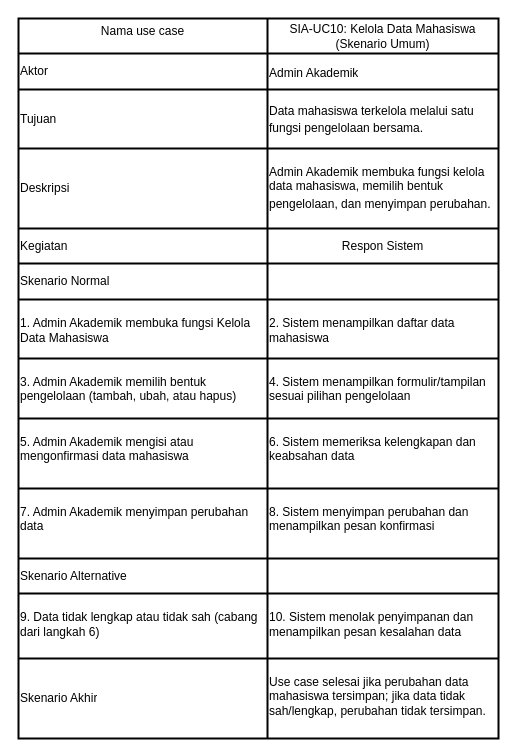
This is page "Page-4" (4 of 7) of 04_model_analisis/P05/SIA/P05_2406033_SIA_Skenario_v01.drawio from 2406033-Faisal/IFRWP5149_2406033_LabAlat, a draw.io file, before an edit. Source tidied: cells renumbered, new cells numbered last; positions are measured from the earlier drawing's top-left corner, leaving out a move shared by most shapes. Both pictures are drawn from the tidied source at 100%, with x=0, y=0 at pixel (18, 18).
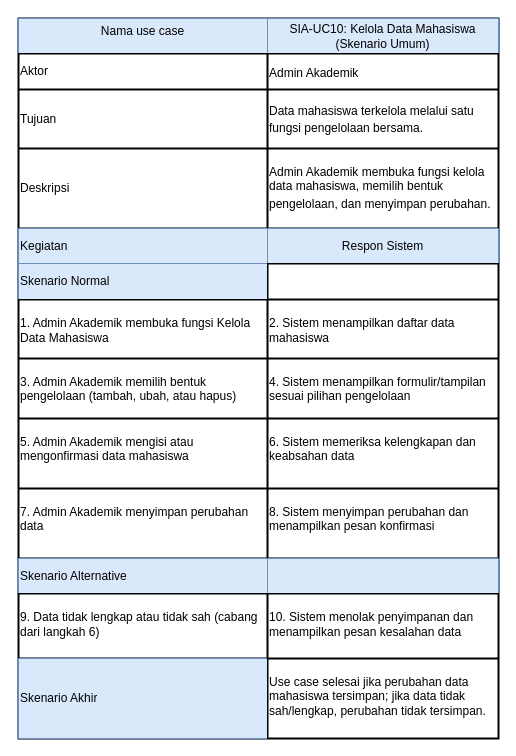
The same diagram, later.

Unchanged cells that the change refers to:
```xml
<mxCell id="3" style="shape=tableRow;horizontal=0;startSize=0;swimlaneHead=0;swimlaneBody=0;strokeColor=inherit;fillColor=none;fixedHeader=1;" parent="2" vertex="1">
  <mxGeometry width="480" height="35" as="geometry" />
</mxCell>
<mxCell id="15" style="shape=tableRow;horizontal=0;startSize=0;swimlaneHead=0;swimlaneBody=0;strokeColor=inherit;fillColor=none;fixedHeader=1;" parent="2" vertex="1">
  <mxGeometry y="210" width="480" height="35" as="geometry" />
</mxCell>
<mxCell id="18" style="shape=tableRow;horizontal=0;startSize=0;swimlaneHead=0;swimlaneBody=0;strokeColor=inherit;fillColor=none;fixedHeader=1;" parent="2" vertex="1">
  <mxGeometry y="245" width="480" height="36" as="geometry" />
</mxCell>
<mxCell id="33" style="shape=tableRow;horizontal=0;startSize=0;swimlaneHead=0;swimlaneBody=0;strokeColor=inherit;fillColor=none;fixedHeader=1;" parent="2" vertex="1">
  <mxGeometry y="540" width="480" height="35" as="geometry" />
</mxCell>
<mxCell id="39" style="shape=tableRow;horizontal=0;startSize=0;swimlaneHead=0;swimlaneBody=0;strokeColor=inherit;fillColor=none;fixedHeader=1;" parent="2" vertex="1">
  <mxGeometry y="640" width="480" height="80" as="geometry" />
</mxCell>
```

Change to the diagram source:
```diff
@@
-    <mxCell id="4" value="&lt;table class=&quot;NormalTable&quot;&gt;&lt;tbody&gt;&lt;tr&gt;&lt;td width=&quot;200&quot; style=&quot;border-left-style:none;border-bottom-style:none;border-right-style:none;border-top-style:none;&quot;&gt;&lt;span class=&quot;fontstyle0&quot;&gt;Nama use case&lt;/span&gt;&lt;/td&gt;&lt;/tr&gt;&lt;/tbody&gt;&lt;/table&gt; &lt;br/&gt;&lt;br style=&quot;font-style: normal; font-variant: normal; font-weight: normal; letter-spacing: normal; line-height: normal; orphans: 2; text-align: -webkit-auto; text-indent: 0px; text-transform: none; white-space: normal; widows: 2; word-spacing: 0px; -webkit-text-size-adjust: auto; -webkit-text-stroke-width: 0px;&quot;&gt;" style="shape=partialRectangle;html=1;whiteSpace=wrap;strokeColor=inherit;overflow=hidden;fillColor=none;" parent="3" vertex="1">
+    <mxCell id="4" value="&lt;table class=&quot;NormalTable&quot;&gt;&lt;tbody&gt;&lt;tr&gt;&lt;td width=&quot;200&quot; style=&quot;border-left-style:none;border-bottom-style:none;border-right-style:none;border-top-style:none;&quot;&gt;&lt;span class=&quot;fontstyle0&quot;&gt;Nama use case&lt;/span&gt;&lt;/td&gt;&lt;/tr&gt;&lt;/tbody&gt;&lt;/table&gt; &lt;br/&gt;&lt;br style=&quot;font-style: normal; font-variant: normal; font-weight: normal; letter-spacing: normal; line-height: normal; orphans: 2; text-align: -webkit-auto; text-indent: 0px; text-transform: none; white-space: normal; widows: 2; word-spacing: 0px; -webkit-text-size-adjust: auto; -webkit-text-stroke-width: 0px;&quot;&gt;" style="shape=partialRectangle;html=1;whiteSpace=wrap;strokeColor=#6c8ebf;overflow=hidden;fillColor=#dae8fc;" parent="3" vertex="1">
       <mxGeometry width="249" height="35" as="geometry" />
     </mxCell>
-    <mxCell id="5" value="SIA-UC10: Kelola Data Mahasiswa (Skenario Umum)" style="shape=partialRectangle;html=1;whiteSpace=wrap;strokeColor=inherit;overflow=hidden;fillColor=none;" parent="3" vertex="1">
+    <mxCell id="5" value="SIA-UC10: Kelola Data Mahasiswa (Skenario Umum)" style="shape=partialRectangle;html=1;whiteSpace=wrap;strokeColor=#6c8ebf;overflow=hidden;fillColor=#dae8fc;" parent="3" vertex="1">
       <mxGeometry x="249" width="231" height="35" as="geometry" />
     </mxCell>
@@
-    <mxCell id="16" value="Kegiatan" style="shape=partialRectangle;html=1;whiteSpace=wrap;strokeColor=inherit;overflow=hidden;fillColor=none;align=left;" parent="15" vertex="1">
+    <mxCell id="16" value="Kegiatan" style="shape=partialRectangle;html=1;whiteSpace=wrap;strokeColor=#6c8ebf;overflow=hidden;fillColor=#dae8fc;align=left;" parent="15" vertex="1">
       <mxGeometry width="249" height="35" as="geometry" />
     </mxCell>
-    <mxCell id="17" value="Respon Sistem" style="shape=partialRectangle;html=1;whiteSpace=wrap;strokeColor=inherit;overflow=hidden;fillColor=none;align=center;" parent="15" vertex="1">
+    <mxCell id="17" value="Respon Sistem" style="shape=partialRectangle;html=1;whiteSpace=wrap;strokeColor=#6c8ebf;overflow=hidden;fillColor=#dae8fc;align=center;" parent="15" vertex="1">
       <mxGeometry x="249" width="231" height="35" as="geometry" />
     </mxCell>
@@
-    <mxCell id="19" value="Skenario Normal" style="shape=partialRectangle;html=1;whiteSpace=wrap;strokeColor=inherit;overflow=hidden;fillColor=none;align=left;" parent="18" vertex="1">
+    <mxCell id="19" value="Skenario Normal" style="shape=partialRectangle;html=1;whiteSpace=wrap;strokeColor=#6c8ebf;overflow=hidden;fillColor=#dae8fc;align=left;" parent="18" vertex="1">
       <mxGeometry width="249" height="36" as="geometry" />
     </mxCell>
@@
-    <mxCell id="34" value="Skenario Alternative" style="shape=partialRectangle;html=1;whiteSpace=wrap;strokeColor=inherit;overflow=hidden;fillColor=none;align=left;" parent="33" vertex="1">
+    <mxCell id="34" value="Skenario Alternative" style="shape=partialRectangle;html=1;whiteSpace=wrap;strokeColor=#6c8ebf;overflow=hidden;fillColor=#dae8fc;align=left;" parent="33" vertex="1">
       <mxGeometry width="249" height="35" as="geometry" />
     </mxCell>
-    <mxCell id="35" style="shape=partialRectangle;html=1;whiteSpace=wrap;strokeColor=inherit;overflow=hidden;fillColor=none;align=left;" parent="33" vertex="1">
+    <mxCell id="35" style="shape=partialRectangle;html=1;whiteSpace=wrap;strokeColor=#6c8ebf;overflow=hidden;fillColor=#dae8fc;align=left;" parent="33" vertex="1">
       <mxGeometry x="249" width="231" height="35" as="geometry" />
     </mxCell>
@@
-    <mxCell id="40" value="Skenario Akhir" style="shape=partialRectangle;html=1;whiteSpace=wrap;strokeColor=inherit;overflow=hidden;fillColor=none;align=left;" parent="39" vertex="1">
+    <mxCell id="40" value="Skenario Akhir" style="shape=partialRectangle;html=1;whiteSpace=wrap;strokeColor=#6c8ebf;overflow=hidden;fillColor=#dae8fc;align=left;" parent="39" vertex="1">
       <mxGeometry width="249" height="80" as="geometry" />
     </mxCell>
```
